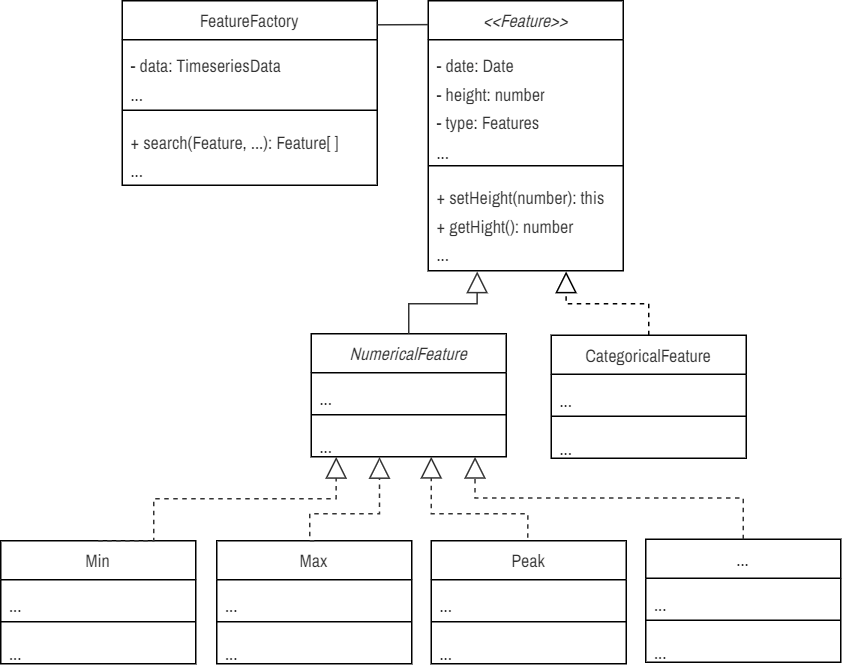
Before: public/doc/feature-classes.png, a diagram exported from draw.io (saifulkhan/storytelling-vis). Source tidied: cells renumbered, new cells last; positions are measured from the earlier drawing's top-left corner, leaving out a move shared by most shapes.
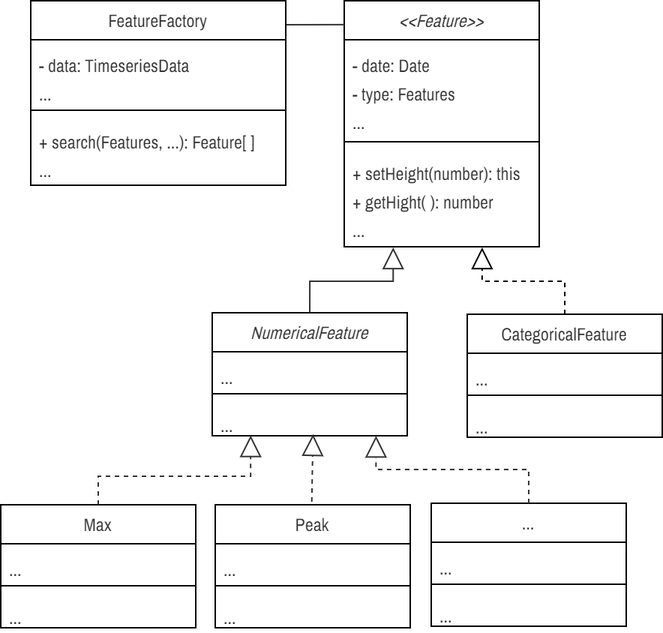
Later version of the same file.

Change to the diagram source:
```diff
@@ -3,19 +3,19 @@
     <mxCell id="0" />
     <mxCell id="1" parent="0" />
     <mxCell id="2" value="&lt;font face=&quot;Archivo Narrow&quot; style=&quot;font-size: 12px; font-weight: normal;&quot;&gt;&lt;i&gt;&amp;lt;&amp;lt;Feature&amp;gt;&amp;gt;&lt;/i&gt;&lt;/font&gt;" style="swimlane;fontStyle=1;align=center;verticalAlign=top;horizontal=1;startSize=26;whiteSpace=wrap;html=1;fontFamily=Fira Sans Extra Condensed;fontSource=https%3A%2F%2Ffonts.googleapis.com%2Fcss%3Ffamily%3DFira%2BSans%2BExtra%2BCondensed;fontSize=12;fontColor=#333333;" parent="1" vertex="1">
-      <mxGeometry x="285" width="130" height="180" as="geometry" />
+      <mxGeometry x="285" y="5" width="130" height="164" as="geometry" />
     </mxCell>
-    <mxCell id="3" value="&lt;font face=&quot;Archivo Narrow&quot; style=&quot;font-size: 12px;&quot;&gt;- date: Date&lt;/font&gt;&lt;div&gt;&lt;font face=&quot;Archivo Narrow&quot; style=&quot;font-size: 12px;&quot;&gt;- height: number&lt;/font&gt;&lt;/div&gt;&lt;div&gt;&lt;font face=&quot;Archivo Narrow&quot; style=&quot;font-size: 12px;&quot;&gt;- type: Features&lt;/font&gt;&lt;/div&gt;&lt;div&gt;&lt;font face=&quot;Archivo Narrow&quot; style=&quot;font-size: 12px;&quot;&gt;...&lt;/font&gt;&lt;/div&gt;" style="text;strokeColor=none;fillColor=none;align=left;verticalAlign=top;spacingLeft=4;spacingRight=4;overflow=hidden;whiteSpace=wrap;html=1;fontFamily=Fira Sans Extra Condensed;fontSource=https%3A%2F%2Ffonts.googleapis.com%2Fcss%3Ffamily%3DFira%2BSans%2BExtra%2BCondensed;fontSize=16;fontColor=#333333;" parent="2" vertex="1">
-      <mxGeometry y="26" width="130" height="80" as="geometry" />
+    <mxCell id="3" value="&lt;font face=&quot;Archivo Narrow&quot; style=&quot;font-size: 12px;&quot;&gt;- date: Date&lt;/font&gt;&lt;div&gt;&lt;span style=&quot;font-size: 12px; font-family: &amp;quot;Archivo Narrow&amp;quot;; background-color: initial;&quot;&gt;- type: Features&lt;/span&gt;&lt;br&gt;&lt;/div&gt;&lt;div&gt;&lt;font face=&quot;Archivo Narrow&quot; style=&quot;font-size: 12px;&quot;&gt;...&lt;/font&gt;&lt;/div&gt;" style="text;strokeColor=none;fillColor=none;align=left;verticalAlign=top;spacingLeft=4;spacingRight=4;overflow=hidden;whiteSpace=wrap;html=1;fontFamily=Fira Sans Extra Condensed;fontSource=https%3A%2F%2Ffonts.googleapis.com%2Fcss%3Ffamily%3DFira%2BSans%2BExtra%2BCondensed;fontSize=16;fontColor=#333333;" parent="2" vertex="1">
+      <mxGeometry y="26" width="130" height="64" as="geometry" />
     </mxCell>
     <mxCell id="4" style="line;strokeWidth=1;fillColor=none;align=left;verticalAlign=middle;spacingTop=-1;spacingLeft=3;spacingRight=3;labelPosition=right;strokeColor=inherit;fontFamily=Fira Sans Extra Condensed;fontSource=https%3A%2F%2Ffonts.googleapis.com%2Fcss%3Ffamily%3DFira%2BSans%2BExtra%2BCondensed;fontSize=16;fontColor=#333333;" parent="2" vertex="1">
-      <mxGeometry y="106" width="130" height="8" as="geometry" />
+      <mxGeometry y="90" width="130" height="8" as="geometry" />
     </mxCell>
-    <mxCell id="5" value="&lt;font style=&quot;font-size: 12px;&quot; face=&quot;Archivo Narrow&quot;&gt;+ setHeight(number): this&lt;br style=&quot;border-color: var(--border-color);&quot;&gt;+ getHight(): number&amp;nbsp;&lt;br style=&quot;border-color: var(--border-color);&quot;&gt;...&lt;/font&gt;" style="text;strokeColor=none;fillColor=none;align=left;verticalAlign=top;spacingLeft=4;spacingRight=4;overflow=hidden;points=[[0,0.5],[1,0.5]];portConstraint=eastwest;whiteSpace=wrap;html=1;fontFamily=Fira Sans Extra Condensed;fontSource=https%3A%2F%2Ffonts.googleapis.com%2Fcss%3Ffamily%3DFira%2BSans%2BExtra%2BCondensed;fontSize=16;fontColor=#333333;" parent="2" vertex="1">
-      <mxGeometry y="114" width="130" height="66" as="geometry" />
+    <mxCell id="5" value="&lt;font style=&quot;font-size: 12px;&quot; face=&quot;Archivo Narrow&quot;&gt;+ setHeight(number): this&lt;br style=&quot;border-color: var(--border-color);&quot;&gt;+ getHight( ): number&amp;nbsp;&lt;br style=&quot;border-color: var(--border-color);&quot;&gt;...&lt;/font&gt;" style="text;strokeColor=none;fillColor=none;align=left;verticalAlign=top;spacingLeft=4;spacingRight=4;overflow=hidden;points=[[0,0.5],[1,0.5]];portConstraint=eastwest;whiteSpace=wrap;html=1;fontFamily=Fira Sans Extra Condensed;fontSource=https%3A%2F%2Ffonts.googleapis.com%2Fcss%3Ffamily%3DFira%2BSans%2BExtra%2BCondensed;fontSize=16;fontColor=#333333;" parent="2" vertex="1">
+      <mxGeometry y="98" width="130" height="66" as="geometry" />
     </mxCell>
     <mxCell id="6" value="&lt;font face=&quot;Archivo Narrow&quot;&gt;&lt;span style=&quot;&quot;&gt;&lt;i&gt;NumericalFeature&lt;/i&gt;&lt;/span&gt;&lt;/font&gt;" style="swimlane;fontStyle=0;align=center;verticalAlign=top;horizontal=1;startSize=26;whiteSpace=wrap;html=1;fontFamily=Fira Sans Extra Condensed;fontSource=https%3A%2F%2Ffonts.googleapis.com%2Fcss%3Ffamily%3DFira%2BSans%2BExtra%2BCondensed;fontSize=12;fontColor=#333333;" parent="1" vertex="1">
-      <mxGeometry x="207" y="222" width="130" height="82" as="geometry" />
+      <mxGeometry x="197" y="213" width="130" height="82" as="geometry" />
     </mxCell>
     <mxCell id="7" value="&lt;span style=&quot;font-size: 12px;&quot;&gt;&lt;font face=&quot;Archivo Narrow&quot;&gt;...&lt;/font&gt;&lt;/span&gt;" style="text;strokeColor=none;fillColor=none;align=left;verticalAlign=top;spacingLeft=4;spacingRight=4;overflow=hidden;whiteSpace=wrap;html=1;fontFamily=Fira Sans Extra Condensed;fontSource=https%3A%2F%2Ffonts.googleapis.com%2Fcss%3Ffamily%3DFira%2BSans%2BExtra%2BCondensed;fontSize=16;fontColor=#333333;" parent="6" vertex="1">
       <mxGeometry y="26" width="130" height="24" as="geometry" />
@@ -27,7 +27,7 @@
       <mxGeometry y="58" width="130" height="24" as="geometry" />
     </mxCell>
     <mxCell id="10" value="&lt;font face=&quot;Archivo Narrow&quot;&gt;&lt;span style=&quot;&quot;&gt;CategoricalFeature&lt;/span&gt;&lt;/font&gt;" style="swimlane;fontStyle=0;align=center;verticalAlign=top;horizontal=1;startSize=26;whiteSpace=wrap;html=1;fontFamily=Fira Sans Extra Condensed;fontSource=https%3A%2F%2Ffonts.googleapis.com%2Fcss%3Ffamily%3DFira%2BSans%2BExtra%2BCondensed;fontSize=12;fontColor=#333333;" parent="1" vertex="1">
-      <mxGeometry x="367" y="223" width="130" height="82" as="geometry" />
+      <mxGeometry x="367" y="214" width="130" height="82" as="geometry" />
     </mxCell>
     <mxCell id="11" value="&lt;span style=&quot;font-size: 12px;&quot;&gt;&lt;font face=&quot;Archivo Narrow&quot;&gt;...&lt;/font&gt;&lt;/span&gt;" style="text;strokeColor=none;fillColor=none;align=left;verticalAlign=top;spacingLeft=4;spacingRight=4;overflow=hidden;whiteSpace=wrap;html=1;fontFamily=Fira Sans Extra Condensed;fontSource=https%3A%2F%2Ffonts.googleapis.com%2Fcss%3Ffamily%3DFira%2BSans%2BExtra%2BCondensed;fontSize=16;fontColor=#333333;" parent="10" vertex="1">
       <mxGeometry y="26" width="130" height="24" as="geometry" />
@@ -41,33 +41,21 @@
     <mxCell id="14" style="endArrow=block;dashed=1;endFill=0;endSize=12;html=1;rounded=0;fontColor=#333333;exitX=0.5;exitY=0;exitDx=0;exitDy=0;edgeStyle=orthogonalEdgeStyle;entryX=0.707;entryY=1.007;entryDx=0;entryDy=0;entryPerimeter=0;" parent="1" edge="1" source="10" target="5">
       <mxGeometry relative="1" as="geometry">
         <Array as="points">
-          <mxPoint x="432" y="202" />
-          <mxPoint x="377" y="202" />
+          <mxPoint x="432" y="192" />
+          <mxPoint x="377" y="192" />
         </Array>
       </mxGeometry>
     </mxCell>
     <mxCell id="15" style="endArrow=block;endSize=12;endFill=0;html=1;rounded=0;exitX=0.5;exitY=0;exitDx=0;exitDy=0;edgeStyle=orthogonalEdgeStyle;fontColor=#333333;strokeColor=#333333;entryX=0.251;entryY=1.007;entryDx=0;entryDy=0;entryPerimeter=0;" parent="1" edge="1" source="6" target="5">
       <mxGeometry relative="1" as="geometry">
         <Array as="points">
-          <mxPoint x="272" y="202" />
-          <mxPoint x="318" y="202" />
+          <mxPoint x="262" y="192" />
+          <mxPoint x="318" y="192" />
         </Array>
       </mxGeometry>
     </mxCell>
-    <mxCell id="16" value="&lt;font face=&quot;Archivo Narrow&quot;&gt;&lt;span style=&quot;&quot;&gt;Min&lt;/span&gt;&lt;/font&gt;" style="swimlane;fontStyle=0;align=center;verticalAlign=top;horizontal=1;startSize=26;whiteSpace=wrap;html=1;fontFamily=Fira Sans Extra Condensed;fontSource=https%3A%2F%2Ffonts.googleapis.com%2Fcss%3Ffamily%3DFira%2BSans%2BExtra%2BCondensed;fontSize=12;fontColor=#333333;" parent="1" vertex="1">
-      <mxGeometry y="360" width="130" height="82" as="geometry" />
-    </mxCell>
-    <mxCell id="17" value="&lt;span style=&quot;font-size: 12px;&quot;&gt;&lt;font face=&quot;Archivo Narrow&quot;&gt;...&lt;/font&gt;&lt;/span&gt;" style="text;strokeColor=none;fillColor=none;align=left;verticalAlign=top;spacingLeft=4;spacingRight=4;overflow=hidden;whiteSpace=wrap;html=1;fontFamily=Fira Sans Extra Condensed;fontSource=https%3A%2F%2Ffonts.googleapis.com%2Fcss%3Ffamily%3DFira%2BSans%2BExtra%2BCondensed;fontSize=16;fontColor=#333333;" parent="16" vertex="1">
-      <mxGeometry y="26" width="130" height="24" as="geometry" />
-    </mxCell>
-    <mxCell id="18" style="line;strokeWidth=1;fillColor=none;align=left;verticalAlign=middle;spacingTop=-1;spacingLeft=3;spacingRight=3;labelPosition=right;strokeColor=inherit;fontFamily=Fira Sans Extra Condensed;fontSource=https%3A%2F%2Ffonts.googleapis.com%2Fcss%3Ffamily%3DFira%2BSans%2BExtra%2BCondensed;fontSize=16;fontColor=#333333;" parent="16" vertex="1">
-      <mxGeometry y="50" width="130" height="8" as="geometry" />
-    </mxCell>
-    <mxCell id="19" value="&lt;font face=&quot;Archivo Narrow&quot; style=&quot;font-size: 12px;&quot;&gt;...&lt;/font&gt;" style="text;strokeColor=none;fillColor=none;align=left;verticalAlign=top;spacingLeft=4;spacingRight=4;overflow=hidden;whiteSpace=wrap;html=1;fontFamily=Fira Sans Extra Condensed;fontSource=https%3A%2F%2Ffonts.googleapis.com%2Fcss%3Ffamily%3DFira%2BSans%2BExtra%2BCondensed;fontSize=16;fontColor=#333333;" parent="16" vertex="1">
-      <mxGeometry y="58" width="130" height="24" as="geometry" />
-    </mxCell>
     <mxCell id="20" value="&lt;font face=&quot;Archivo Narrow&quot;&gt;&lt;span style=&quot;&quot;&gt;Max&lt;/span&gt;&lt;/font&gt;" style="swimlane;fontStyle=0;align=center;verticalAlign=top;horizontal=1;startSize=26;whiteSpace=wrap;html=1;fontFamily=Fira Sans Extra Condensed;fontSource=https%3A%2F%2Ffonts.googleapis.com%2Fcss%3Ffamily%3DFira%2BSans%2BExtra%2BCondensed;fontSize=12;fontColor=#333333;" parent="1" vertex="1">
-      <mxGeometry x="144" y="360" width="130" height="82" as="geometry" />
+      <mxGeometry x="56" y="341" width="130" height="82" as="geometry" />
     </mxCell>
     <mxCell id="21" value="&lt;span style=&quot;font-size: 12px;&quot;&gt;&lt;font face=&quot;Archivo Narrow&quot;&gt;...&lt;/font&gt;&lt;/span&gt;" style="text;strokeColor=none;fillColor=none;align=left;verticalAlign=top;spacingLeft=4;spacingRight=4;overflow=hidden;whiteSpace=wrap;html=1;fontFamily=Fira Sans Extra Condensed;fontSource=https%3A%2F%2Ffonts.googleapis.com%2Fcss%3Ffamily%3DFira%2BSans%2BExtra%2BCondensed;fontSize=16;fontColor=#333333;" parent="20" vertex="1">
       <mxGeometry y="26" width="130" height="24" as="geometry" />
@@ -79,7 +67,7 @@
       <mxGeometry y="58" width="130" height="24" as="geometry" />
     </mxCell>
     <mxCell id="24" value="&lt;font face=&quot;Archivo Narrow&quot;&gt;&lt;span style=&quot;&quot;&gt;...&lt;/span&gt;&lt;/font&gt;" style="swimlane;fontStyle=0;align=center;verticalAlign=top;horizontal=1;startSize=26;whiteSpace=wrap;html=1;fontFamily=Fira Sans Extra Condensed;fontSource=https%3A%2F%2Ffonts.googleapis.com%2Fcss%3Ffamily%3DFira%2BSans%2BExtra%2BCondensed;fontSize=12;fontColor=#333333;" parent="1" vertex="1">
-      <mxGeometry x="430" y="359" width="130" height="82" as="geometry" />
+      <mxGeometry x="343" y="340" width="130" height="82" as="geometry" />
     </mxCell>
     <mxCell id="25" value="&lt;span style=&quot;font-size: 12px;&quot;&gt;&lt;font face=&quot;Archivo Narrow&quot;&gt;...&lt;/font&gt;&lt;/span&gt;" style="text;strokeColor=none;fillColor=none;align=left;verticalAlign=top;spacingLeft=4;spacingRight=4;overflow=hidden;whiteSpace=wrap;html=1;fontFamily=Fira Sans Extra Condensed;fontSource=https%3A%2F%2Ffonts.googleapis.com%2Fcss%3Ffamily%3DFira%2BSans%2BExtra%2BCondensed;fontSize=16;fontColor=#333333;" parent="24" vertex="1">
       <mxGeometry y="26" width="130" height="24" as="geometry" />
@@ -90,25 +78,17 @@
     <mxCell id="27" value="&lt;font face=&quot;Archivo Narrow&quot; style=&quot;font-size: 12px;&quot;&gt;...&lt;/font&gt;" style="text;strokeColor=none;fillColor=none;align=left;verticalAlign=top;spacingLeft=4;spacingRight=4;overflow=hidden;whiteSpace=wrap;html=1;fontFamily=Fira Sans Extra Condensed;fontSource=https%3A%2F%2Ffonts.googleapis.com%2Fcss%3Ffamily%3DFira%2BSans%2BExtra%2BCondensed;fontSize=16;fontColor=#333333;" parent="24" vertex="1">
       <mxGeometry y="58" width="130" height="24" as="geometry" />
     </mxCell>
-    <mxCell id="28" style="endArrow=block;dashed=1;endFill=0;endSize=12;html=1;rounded=0;fontColor=#333333;exitX=0.5;exitY=0;exitDx=0;exitDy=0;edgeStyle=orthogonalEdgeStyle;entryX=0.128;entryY=1.004;entryDx=0;entryDy=0;entryPerimeter=0;strokeColor=#333333;" parent="1" edge="1" source="16" target="9">
-      <mxGeometry relative="1" as="geometry">
-        <Array as="points">
-          <mxPoint x="102" y="360" />
-          <mxPoint x="102" y="332" />
-          <mxPoint x="224" y="332" />
-        </Array>
-      </mxGeometry>
-    </mxCell>
-    <mxCell id="29" style="endArrow=block;dashed=1;endFill=0;endSize=12;html=1;rounded=0;fontColor=#333333;exitX=0.5;exitY=0;exitDx=0;exitDy=0;entryX=0.35;entryY=1.007;entryDx=0;entryDy=0;entryPerimeter=0;edgeStyle=orthogonalEdgeStyle;strokeColor=#333333;" parent="1" edge="1" source="20" target="9">
+    <mxCell id="29" style="endArrow=block;dashed=1;endFill=0;endSize=12;html=1;rounded=0;fontColor=#333333;exitX=0.5;exitY=0;exitDx=0;exitDy=0;entryX=0.197;entryY=0.989;entryDx=0;entryDy=0;entryPerimeter=0;edgeStyle=orthogonalEdgeStyle;strokeColor=#333333;" parent="1" edge="1" source="20" target="9">
       <mxGeometry relative="1" as="geometry">
         <Array as="points">
-          <mxPoint x="206" y="342" />
-          <mxPoint x="253" y="342" />
+          <mxPoint x="132" y="322" />
+          <mxPoint x="223" y="322" />
+          <mxPoint x="223" y="295" />
         </Array>
       </mxGeometry>
     </mxCell>
     <mxCell id="30" value="&lt;font face=&quot;Archivo Narrow&quot;&gt;&lt;span style=&quot;&quot;&gt;Peak&lt;/span&gt;&lt;/font&gt;" style="swimlane;fontStyle=0;align=center;verticalAlign=top;horizontal=1;startSize=26;whiteSpace=wrap;html=1;fontFamily=Fira Sans Extra Condensed;fontSource=https%3A%2F%2Ffonts.googleapis.com%2Fcss%3Ffamily%3DFira%2BSans%2BExtra%2BCondensed;fontSize=12;fontColor=#333333;" parent="1" vertex="1">
-      <mxGeometry x="287" y="360" width="130" height="82" as="geometry" />
+      <mxGeometry x="199" y="341" width="130" height="82" as="geometry" />
     </mxCell>
     <mxCell id="31" value="&lt;span style=&quot;font-size: 12px;&quot;&gt;&lt;font face=&quot;Archivo Narrow&quot;&gt;...&lt;/font&gt;&lt;/span&gt;" style="text;strokeColor=none;fillColor=none;align=left;verticalAlign=top;spacingLeft=4;spacingRight=4;overflow=hidden;whiteSpace=wrap;html=1;fontFamily=Fira Sans Extra Condensed;fontSource=https%3A%2F%2Ffonts.googleapis.com%2Fcss%3Ffamily%3DFira%2BSans%2BExtra%2BCondensed;fontSize=16;fontColor=#333333;" parent="30" vertex="1">
       <mxGeometry y="26" width="130" height="24" as="geometry" />
@@ -119,20 +99,14 @@
     <mxCell id="33" value="&lt;font face=&quot;Archivo Narrow&quot; style=&quot;font-size: 12px;&quot;&gt;...&lt;/font&gt;" style="text;strokeColor=none;fillColor=none;align=left;verticalAlign=top;spacingLeft=4;spacingRight=4;overflow=hidden;whiteSpace=wrap;html=1;fontFamily=Fira Sans Extra Condensed;fontSource=https%3A%2F%2Ffonts.googleapis.com%2Fcss%3Ffamily%3DFira%2BSans%2BExtra%2BCondensed;fontSize=16;fontColor=#333333;" parent="30" vertex="1">
       <mxGeometry y="58" width="130" height="24" as="geometry" />
     </mxCell>
-    <mxCell id="34" style="endArrow=block;dashed=1;endFill=0;endSize=12;html=1;rounded=0;fontColor=#333333;exitX=0.495;exitY=-0.025;exitDx=0;exitDy=0;edgeStyle=orthogonalEdgeStyle;exitPerimeter=0;strokeColor=#333333;" parent="1" edge="1" source="30">
-      <mxGeometry relative="1" as="geometry">
-        <mxPoint x="287" y="304" as="targetPoint" />
-        <Array as="points">
-          <mxPoint x="351" y="342" />
-          <mxPoint x="287" y="342" />
-        </Array>
-      </mxGeometry>
+    <mxCell id="34" style="endArrow=block;dashed=1;endFill=0;endSize=12;html=1;rounded=0;fontColor=#333333;exitX=0.495;exitY=-0.025;exitDx=0;exitDy=0;exitPerimeter=0;strokeColor=#333333;entryX=0.517;entryY=0.958;entryDx=0;entryDy=0;entryPerimeter=0;" parent="1" edge="1" source="30" target="9">
+      <mxGeometry relative="1" as="geometry" />
     </mxCell>
     <mxCell id="35" style="endArrow=block;dashed=1;endFill=0;endSize=12;html=1;rounded=0;fontColor=#333333;exitX=0.5;exitY=0;exitDx=0;exitDy=0;entryX=0.84;entryY=1.002;entryDx=0;entryDy=0;entryPerimeter=0;edgeStyle=orthogonalEdgeStyle;strokeColor=#333333;" parent="1" edge="1" source="24" target="9">
       <mxGeometry relative="1" as="geometry" />
     </mxCell>
     <mxCell id="36" value="&lt;font face=&quot;Archivo Narrow&quot; style=&quot;font-size: 12px; font-weight: normal;&quot;&gt;FeatureFactory&lt;/font&gt;" style="swimlane;fontStyle=1;align=center;verticalAlign=top;horizontal=1;startSize=26;whiteSpace=wrap;html=1;fontFamily=Fira Sans Extra Condensed;fontSource=https%3A%2F%2Ffonts.googleapis.com%2Fcss%3Ffamily%3DFira%2BSans%2BExtra%2BCondensed;fontSize=12;fontColor=#333333;" parent="1" vertex="1">
-      <mxGeometry x="81" width="170" height="123" as="geometry" />
+      <mxGeometry x="76" y="5" width="170" height="123" as="geometry" />
     </mxCell>
     <mxCell id="37" value="&lt;font face=&quot;Archivo Narrow&quot; style=&quot;font-size: 12px;&quot;&gt;- data: TimeseriesData&lt;/font&gt;&lt;div&gt;&lt;span style=&quot;font-size: 12px; font-family: &amp;quot;Archivo Narrow&amp;quot;; background-color: initial;&quot;&gt;...&lt;/span&gt;&lt;br&gt;&lt;/div&gt;" style="text;strokeColor=none;fillColor=none;align=left;verticalAlign=top;spacingLeft=4;spacingRight=4;overflow=hidden;whiteSpace=wrap;html=1;fontFamily=Fira Sans Extra Condensed;fontSource=https%3A%2F%2Ffonts.googleapis.com%2Fcss%3Ffamily%3DFira%2BSans%2BExtra%2BCondensed;fontSize=16;fontColor=#333333;" parent="36" vertex="1">
       <mxGeometry y="26" width="170" height="43" as="geometry" />
@@ -140,13 +114,12 @@
     <mxCell id="38" style="line;strokeWidth=1;fillColor=none;align=left;verticalAlign=middle;spacingTop=-1;spacingLeft=3;spacingRight=3;labelPosition=right;strokeColor=inherit;fontFamily=Fira Sans Extra Condensed;fontSource=https%3A%2F%2Ffonts.googleapis.com%2Fcss%3Ffamily%3DFira%2BSans%2BExtra%2BCondensed;fontSize=16;fontColor=#333333;" parent="36" vertex="1">
       <mxGeometry y="69" width="170" height="8" as="geometry" />
     </mxCell>
-    <mxCell id="39" value="&lt;font style=&quot;font-size: 12px;&quot; face=&quot;Archivo Narrow&quot;&gt;+ search(Feature, ...): Feature[ ]&lt;br style=&quot;border-color: var(--border-color);&quot;&gt;...&lt;/font&gt;" style="text;strokeColor=none;fillColor=none;align=left;verticalAlign=top;spacingLeft=4;spacingRight=4;overflow=hidden;whiteSpace=wrap;html=1;fontFamily=Fira Sans Extra Condensed;fontSource=https%3A%2F%2Ffonts.googleapis.com%2Fcss%3Ffamily%3DFira%2BSans%2BExtra%2BCondensed;fontSize=16;fontColor=#333333;" parent="36" vertex="1">
+    <mxCell id="39" value="&lt;font style=&quot;font-size: 12px;&quot; face=&quot;Archivo Narrow&quot;&gt;+ search(Features, ...): Feature[ ]&lt;br style=&quot;border-color: var(--border-color);&quot;&gt;...&lt;/font&gt;" style="text;strokeColor=none;fillColor=none;align=left;verticalAlign=top;spacingLeft=4;spacingRight=4;overflow=hidden;whiteSpace=wrap;html=1;fontFamily=Fira Sans Extra Condensed;fontSource=https%3A%2F%2Ffonts.googleapis.com%2Fcss%3Ffamily%3DFira%2BSans%2BExtra%2BCondensed;fontSize=16;fontColor=#333333;" parent="36" vertex="1">
       <mxGeometry y="77" width="170" height="46" as="geometry" />
     </mxCell>
-    <mxCell id="40" style="endArrow=none;html=1;rounded=0;strokeColor=#333333;entryX=0;entryY=-0.001;entryDx=0;entryDy=0;entryPerimeter=0;exitX=0.994;exitY=0.001;exitDx=0;exitDy=0;exitPerimeter=0;" parent="1" edge="1">
+    <mxCell id="40" style="endArrow=none;html=1;rounded=0;strokeColor=#333333;entryX=0;entryY=-0.001;entryDx=0;entryDy=0;entryPerimeter=0;exitX=1.003;exitY=0.13;exitDx=0;exitDy=0;exitPerimeter=0;" parent="1" edge="1" source="36">
       <mxGeometry relative="1" as="geometry">
-        <mxPoint x="251" y="16" as="sourcePoint" />
-        <mxPoint x="285" y="15.9" as="targetPoint" />
+        <mxPoint x="285" y="20.9" as="targetPoint" />
       </mxGeometry>
     </mxCell>
   </root>
```
